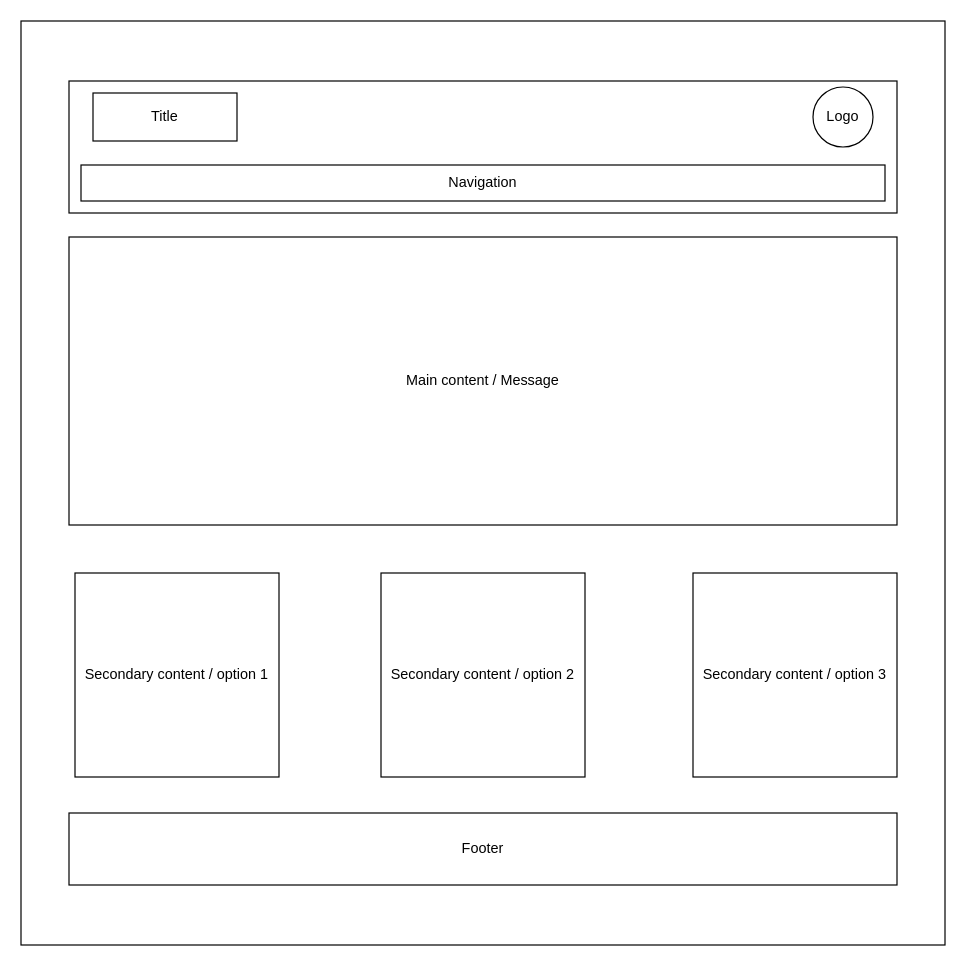
The draw.io diagram lab04.drawio in TeresaBozer/reallab04, before the edit. Source tidied: cells renumbered, new cells numbered last; positions are measured from the earlier drawing's top-left corner, leaving out a move shared by most shapes. Both pictures are drawn from the tidied source at 120%, with x=0, y=0 at pixel (20, 20).
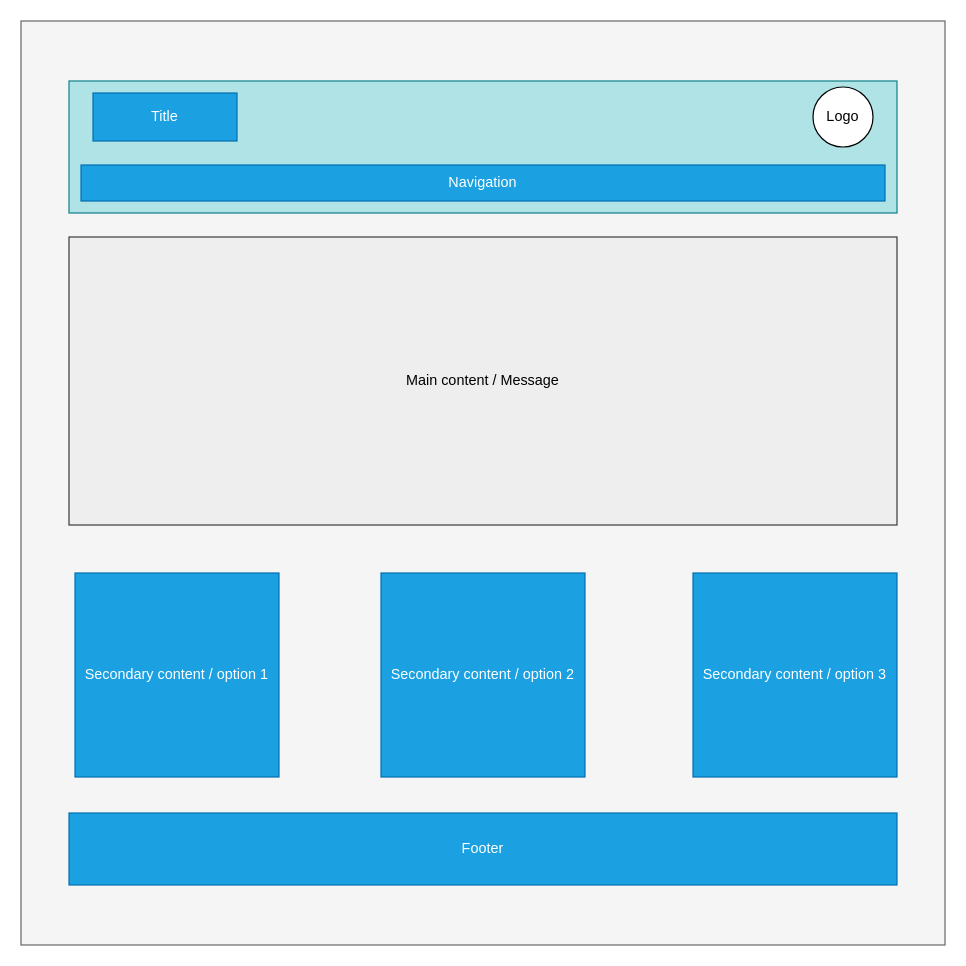
Above is the later version.

What changed in the source:
```diff
@@
 <mxGraphModel>
   <root>
     <mxCell id="0" />
     <mxCell id="1" parent="0" />
     <mxCell id="2" style="whiteSpace=wrap;html=1;" parent="1" vertex="1">
       <mxGeometry x="320" y="210" width="80" height="80" as="geometry" />
     </mxCell>
-    <mxCell id="3" style="whiteSpace=wrap;html=1;" parent="1" vertex="1">
+    <mxCell id="3" style="whiteSpace=wrap;html=1;fillColor=#f5f5f5;fontColor=#333333;strokeColor=#666666;" parent="1" vertex="1">
       <mxGeometry width="770" height="770" as="geometry" />
     </mxCell>
-    <mxCell id="4" style="rounded=0;whiteSpace=wrap;html=1;" parent="1" vertex="1">
+    <mxCell id="4" style="rounded=0;whiteSpace=wrap;html=1;fillColor=#b0e3e6;strokeColor=#0e8088;" parent="1" vertex="1">
       <mxGeometry x="40" y="50" width="690" height="110" as="geometry" />
     </mxCell>
-    <mxCell id="5" value="Secondary content / option 1" style="whiteSpace=wrap;html=1;" parent="1" vertex="1">
+    <mxCell id="5" value="Secondary content / option 1" style="whiteSpace=wrap;html=1;fillColor=#1ba1e2;fontColor=#ffffff;strokeColor=#006EAF;" parent="1" vertex="1">
       <mxGeometry x="45" y="460" width="170" height="170" as="geometry" />
     </mxCell>
-    <mxCell id="6" value="Footer" style="rounded=0;whiteSpace=wrap;html=1;" parent="1" vertex="1">
+    <mxCell id="6" value="Footer" style="rounded=0;whiteSpace=wrap;html=1;fillColor=#1ba1e2;fontColor=#ffffff;strokeColor=#006EAF;" parent="1" vertex="1">
       <mxGeometry x="40" y="660" width="690" height="60" as="geometry" />
     </mxCell>
-    <mxCell id="7" value="Navigation" style="rounded=0;whiteSpace=wrap;html=1;" parent="1" vertex="1">
+    <mxCell id="7" value="Navigation" style="rounded=0;whiteSpace=wrap;html=1;fillColor=#1ba1e2;strokeColor=#006EAF;fontColor=#ffffff;" parent="1" vertex="1">
       <mxGeometry x="50" y="120" width="670" height="30" as="geometry" />
     </mxCell>
-    <mxCell id="8" value="Title" style="rounded=0;whiteSpace=wrap;html=1;" parent="1" vertex="1">
+    <mxCell id="8" value="Title" style="rounded=0;whiteSpace=wrap;html=1;fillColor=#1ba1e2;fontColor=#ffffff;strokeColor=#006EAF;" parent="1" vertex="1">
       <mxGeometry x="60" y="60" width="120" height="40" as="geometry" />
     </mxCell>
     <mxCell id="9" value="Logo" style="ellipse;whiteSpace=wrap;html=1;" parent="1" vertex="1">
       <mxGeometry x="660" y="55" width="50" height="50" as="geometry" />
     </mxCell>
-    <mxCell id="10" value="Secondary content / option 2" style="whiteSpace=wrap;html=1;" parent="1" vertex="1">
+    <mxCell id="10" value="Secondary content / option 2" style="whiteSpace=wrap;html=1;fillColor=#1ba1e2;fontColor=#ffffff;strokeColor=#006EAF;" parent="1" vertex="1">
       <mxGeometry x="300" y="460" width="170" height="170" as="geometry" />
     </mxCell>
-    <mxCell id="11" value="Secondary content / option 3" style="whiteSpace=wrap;html=1;" parent="1" vertex="1">
+    <mxCell id="11" value="Secondary content / option 3" style="whiteSpace=wrap;html=1;fillColor=#1ba1e2;fontColor=#ffffff;strokeColor=#006EAF;" parent="1" vertex="1">
       <mxGeometry x="560" y="460" width="170" height="170" as="geometry" />
     </mxCell>
-    <mxCell id="12" value="Main content / Message" style="rounded=0;whiteSpace=wrap;html=1;" parent="1" vertex="1">
+    <mxCell id="12" value="Main content / Message" style="rounded=0;whiteSpace=wrap;html=1;fillColor=#eeeeee;strokeColor=#36393d;" parent="1" vertex="1">
       <mxGeometry x="40" y="180" width="690" height="240" as="geometry" />
     </mxCell>
   </root>
 </mxGraphModel>
```
